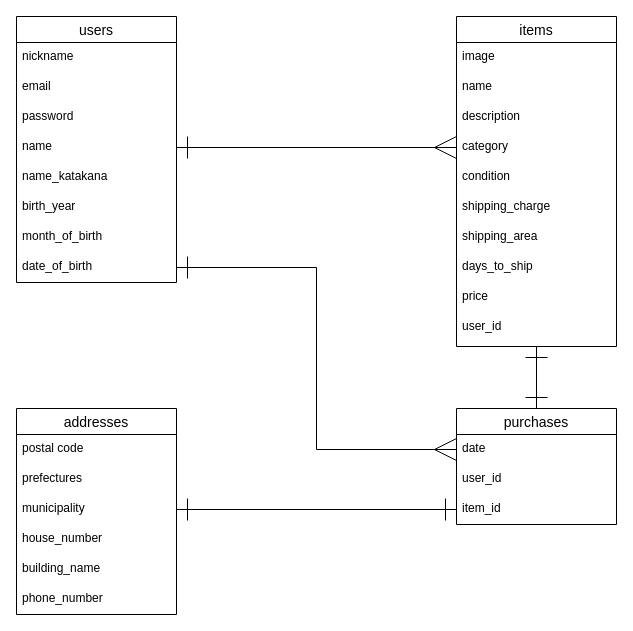
This is furima.dio from ajcksyxd/furima-31796, a draw.io file, before an edit. Source tidied: cells renumbered, new cells numbered last; positions are measured from the earlier drawing's top-left corner, leaving out a move shared by most shapes. Both pictures are drawn from the tidied source at 100%, with x=0, y=0 at pixel (16, 16).
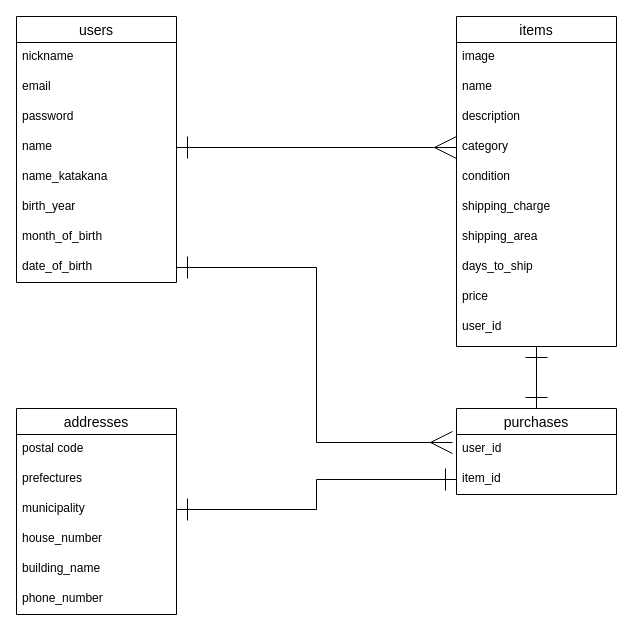
Above is the later version.

Commit message (it also covers changes not shown here):
ER図修正とREADMEに設計情報を記述

Unchanged cells that the change refers to:
```xml
<mxCell id="36" value="date_of_birth" style="text;strokeColor=none;fillColor=none;spacingLeft=4;spacingRight=4;overflow=hidden;points=[[0,0.5],[1,0.5]];portConstraint=eastwest;fontSize=12;" parent="28" vertex="1">
  <mxGeometry y="236" width="160" height="30" as="geometry" />
</mxCell>
```

The edit, as a diff of the source:
```diff
@@
     <mxCell id="11" value="purchases" style="swimlane;fontStyle=0;horizontal=1;startSize=26;align=center;fontSize=14;" parent="1" vertex="1">
-      <mxGeometry x="440" y="392" width="160" height="116" as="geometry" />
+      <mxGeometry x="440" y="392" width="160" height="86" as="geometry" />
     </mxCell>
-    <mxCell id="12" value="date" style="text;strokeColor=none;fillColor=none;spacingLeft=4;spacingRight=4;overflow=hidden;points=[[0,0.5],[1,0.5]];portConstraint=eastwest;fontSize=12;" parent="11" vertex="1">
-      <mxGeometry y="26" width="160" height="30" as="geometry" />
-    </mxCell>
     <mxCell id="13" value="user_id" style="text;strokeColor=none;fillColor=none;spacingLeft=4;spacingRight=4;overflow=hidden;points=[[0,0.5],[1,0.5]];portConstraint=eastwest;fontSize=12;" parent="11" vertex="1">
-      <mxGeometry y="56" width="160" height="30" as="geometry" />
+      <mxGeometry y="26" width="160" height="30" as="geometry" />
     </mxCell>
     <mxCell id="14" value="item_id" style="text;strokeColor=none;fillColor=none;spacingLeft=4;spacingRight=4;overflow=hidden;points=[[0,0.5],[1,0.5]];portConstraint=eastwest;fontSize=12;" parent="11" vertex="1">
-      <mxGeometry y="86" width="160" height="30" as="geometry" />
+      <mxGeometry y="56" width="160" height="30" as="geometry" />
     </mxCell>
-    <mxCell id="15" style="edgeStyle=orthogonalEdgeStyle;rounded=0;jettySize=auto;html=1;exitX=1;exitY=0.5;exitDx=0;exitDy=0;entryX=0;entryY=0.5;entryDx=0;entryDy=0;sourcePerimeterSpacing=0;endArrow=ERmany;endFill=0;endSize=20;startArrow=ERone;startFill=0;startSize=20;" parent="1" edge="1" source="36" target="12">
-      <mxGeometry relative="1" as="geometry" />
-    </mxCell>
@@
+    <mxCell id="37" style="edgeStyle=orthogonalEdgeStyle;rounded=0;jettySize=auto;html=1;exitX=1;exitY=0.5;exitDx=0;exitDy=0;entryX=-0.025;entryY=0.267;entryDx=0;entryDy=0;entryPerimeter=0;endSize=20;startSize=20;endArrow=ERmany;endFill=0;startArrow=ERone;startFill=0;" parent="1" edge="1" source="36" target="13">
+      <mxGeometry relative="1" as="geometry" />
+    </mxCell>
```
